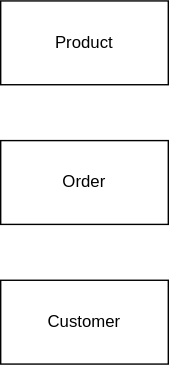
uchiharizvi/design-diagrams keeps this draw.io diagram as OnlineShoppingSystem.drawio.svg. Above is the earlier version. Source tidied: cells renumbered, new cells last; positions are measured from the earlier drawing's top-left corner, leaving out a move shared by most shapes.
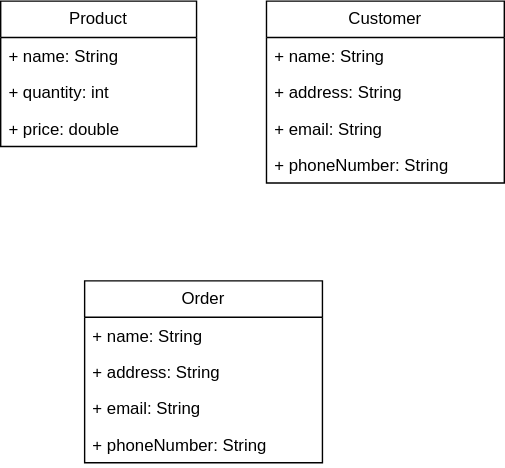
The same file after the commit.

Change to the diagram source:
```diff
@@ -2,14 +2,47 @@
   <root>
     <mxCell id="0" />
     <mxCell id="1" parent="0" />
-    <mxCell id="2" value="Product" style="rounded=0;whiteSpace=wrap;html=1;" parent="1" vertex="1">
-      <mxGeometry width="120" height="60" as="geometry" />
+    <mxCell id="2" value="Product" style="swimlane;fontStyle=0;horizontal=1;startSize=26;fillColor=none;whiteSpace=wrap;html=1;" parent="1" vertex="1">
+      <mxGeometry x="-10" y="-60" width="140" height="104" as="geometry" />
     </mxCell>
+    <mxCell id="5" value="+ name: String" style="text;strokeColor=none;fillColor=none;align=left;verticalAlign=top;spacingLeft=4;spacingRight=4;overflow=hidden;whiteSpace=wrap;html=1;" parent="2" vertex="1">
+      <mxGeometry y="26" width="140" height="26" as="geometry" />
+    </mxCell>
+    <mxCell id="6" value="+ quantity: int" style="text;strokeColor=none;fillColor=none;align=left;verticalAlign=top;spacingLeft=4;spacingRight=4;overflow=hidden;whiteSpace=wrap;html=1;" parent="2" vertex="1">
+      <mxGeometry y="52" width="140" height="26" as="geometry" />
+    </mxCell>
+    <mxCell id="7" value="+ price: double" style="text;strokeColor=none;fillColor=none;align=left;verticalAlign=top;spacingLeft=4;spacingRight=4;overflow=hidden;whiteSpace=wrap;html=1;" parent="2" vertex="1">
+      <mxGeometry y="78" width="140" height="26" as="geometry" />
+    </mxCell>
+    <mxCell id="4" value="Customer" style="swimlane;fontStyle=0;horizontal=1;startSize=26;fillColor=none;whiteSpace=wrap;html=1;" parent="1" vertex="1">
+      <mxGeometry x="180" y="-60" width="170" height="130" as="geometry" />
+    </mxCell>
+    <mxCell id="8" value="+ name: String" style="text;strokeColor=none;fillColor=none;align=left;verticalAlign=top;spacingLeft=4;spacingRight=4;overflow=hidden;whiteSpace=wrap;html=1;" parent="4" vertex="1">
+      <mxGeometry y="26" width="170" height="26" as="geometry" />
+    </mxCell>
+    <mxCell id="9" value="+ address: String" style="text;strokeColor=none;fillColor=none;align=left;verticalAlign=top;spacingLeft=4;spacingRight=4;overflow=hidden;whiteSpace=wrap;html=1;" parent="4" vertex="1">
+      <mxGeometry y="52" width="170" height="26" as="geometry" />
+    </mxCell>
+    <mxCell id="10" value="+ email: String" style="text;strokeColor=none;fillColor=none;align=left;verticalAlign=top;spacingLeft=4;spacingRight=4;overflow=hidden;whiteSpace=wrap;html=1;" parent="4" vertex="1">
+      <mxGeometry y="78" width="170" height="26" as="geometry" />
+    </mxCell>
+    <mxCell id="11" value="+ phoneNumber: String" style="text;strokeColor=none;fillColor=none;align=left;verticalAlign=top;spacingLeft=4;spacingRight=4;overflow=hidden;whiteSpace=wrap;html=1;" parent="4" vertex="1">
+      <mxGeometry y="104" width="170" height="26" as="geometry" />
+    </mxCell>
-    <mxCell id="3" value="Order" style="rounded=0;whiteSpace=wrap;html=1;" parent="1" vertex="1">
-      <mxGeometry y="100" width="120" height="60" as="geometry" />
+    <mxCell id="3" value="Order" style="swimlane;fontStyle=0;horizontal=1;startSize=26;fillColor=none;whiteSpace=wrap;html=1;" parent="1" vertex="1">
+      <mxGeometry x="50" y="140" width="170" height="130" as="geometry" />
     </mxCell>
-    <mxCell id="4" value="Customer" style="rounded=0;whiteSpace=wrap;html=1;" parent="1" vertex="1">
-      <mxGeometry y="200" width="120" height="60" as="geometry" />
-    </mxCell>
+    <mxCell id="12" value="+ name: String" style="text;strokeColor=none;fillColor=none;align=left;verticalAlign=top;spacingLeft=4;spacingRight=4;overflow=hidden;whiteSpace=wrap;html=1;" parent="3" vertex="1">
+      <mxGeometry y="26" width="170" height="26" as="geometry" />
+    </mxCell>
+    <mxCell id="13" value="+ address: String" style="text;strokeColor=none;fillColor=none;align=left;verticalAlign=top;spacingLeft=4;spacingRight=4;overflow=hidden;whiteSpace=wrap;html=1;" parent="3" vertex="1">
+      <mxGeometry y="52" width="170" height="26" as="geometry" />
+    </mxCell>
+    <mxCell id="14" value="+ email: String" style="text;strokeColor=none;fillColor=none;align=left;verticalAlign=top;spacingLeft=4;spacingRight=4;overflow=hidden;whiteSpace=wrap;html=1;" parent="3" vertex="1">
+      <mxGeometry y="78" width="170" height="26" as="geometry" />
+    </mxCell>
+    <mxCell id="15" value="+ phoneNumber: String" style="text;strokeColor=none;fillColor=none;align=left;verticalAlign=top;spacingLeft=4;spacingRight=4;overflow=hidden;whiteSpace=wrap;html=1;" parent="3" vertex="1">
+      <mxGeometry y="104" width="170" height="26" as="geometry" />
+    </mxCell>
   </root>
 </mxGraphModel>
```
